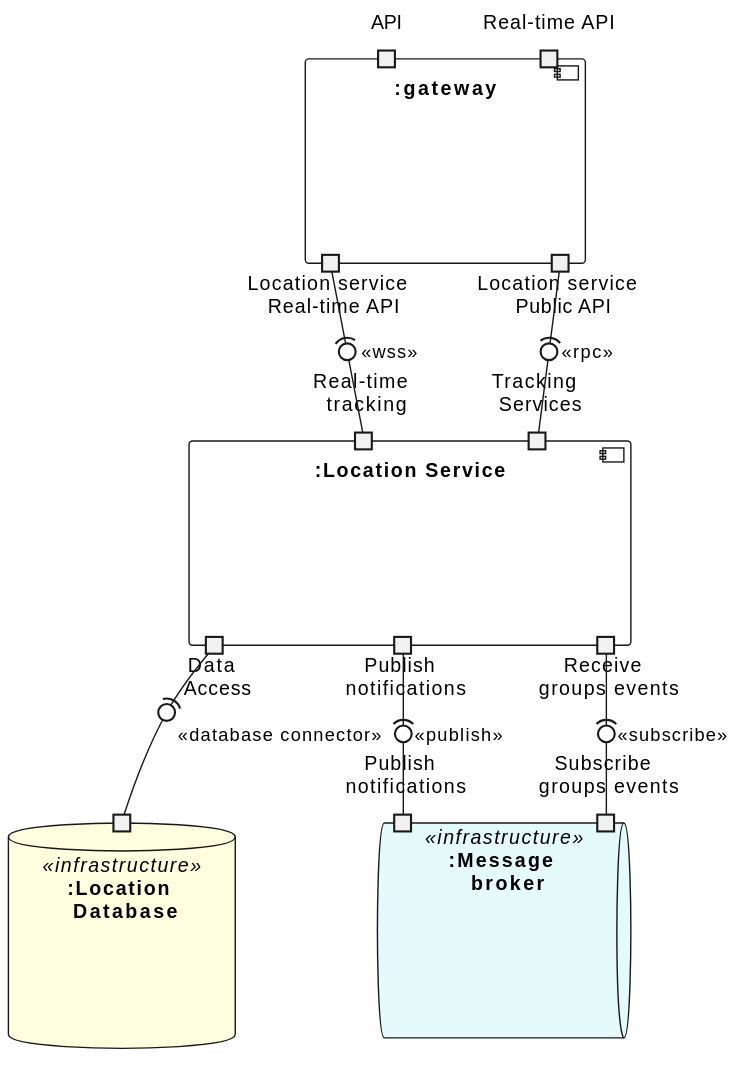
This is res/arch-cc-location-light.svg from position-pal/position-pal.github.io, a PlantUML export, as it was before one commit. Source of this version:
```plantuml
@startuml
skinparam component {
    BackgroundColor<<external>> White
    BackgroundColor<<executable>> #e3f6e3
}
skinparam DatabaseBackgroundColor LightYellow
skinparam QueueBackgroundColor #e4fafb
component ":gateway" {
    portin "API" as GATEWAY_API
    portin "Real-time API" as GATEWAY_REALTIME
    portout "Location service \n Real-time API" as GATEWAY_LOC_REALTIME
    portout "Location service \n Public API" as GATEWAY_LOC_API
}

component ":Location Service" {
    portin "Real-time \n tracking" as LOC_REALTIME
    portin "Tracking \n Services" as LOC_TRACK
    portout "Data \n Access" as LOC_DA
    portout "Publish \n notifications" as LOC_PUB
    portout "Receive \n groups events" as LOC_SUB
}
GATEWAY_LOC_REALTIME -(0- LOC_REALTIME : <<wss>>
GATEWAY_LOC_API -(0- LOC_TRACK : <<rpc>>
database ":Location \n Database" as LOC_DB <<infrastructure>> {
    portin " " as LOC_DB_DA
}
LOC_DA -(0- LOC_DB_DA : <<database connector>>

queue ":Message \n broker" <<infrastructure>> {
    portin "Publish \n notifications" as MB_PUB_NOTIF
    portin "Subscribe \n groups events" as MB_SUB_GRPS
}
LOC_PUB -(0- MB_PUB_NOTIF : <<publish>>
LOC_SUB -(0- MB_SUB_GRPS : <<subscribe>>
@enduml
```
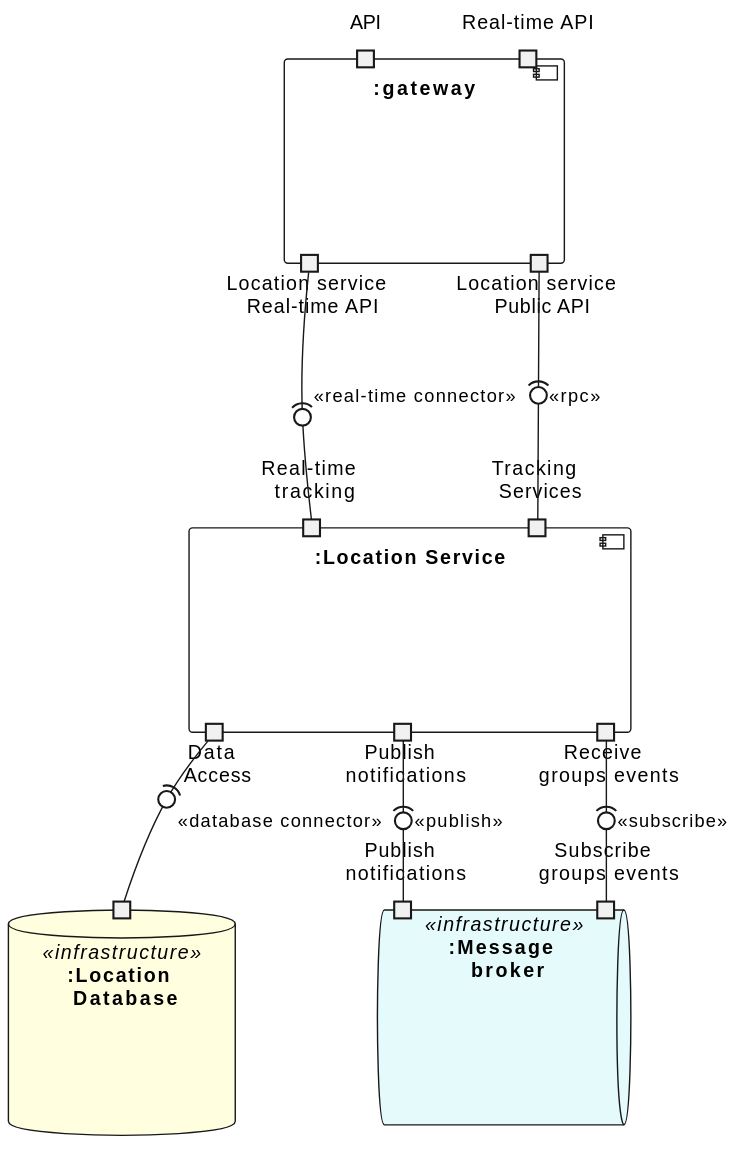
Later version of the same file.

Diff of the diagram source:
```diff
@@ -19,7 +19,7 @@
     portout "Publish \n notifications" as LOC_PUB
     portout "Receive \n groups events" as LOC_SUB
 }
-GATEWAY_LOC_REALTIME -(0- LOC_REALTIME : <<wss>>
+GATEWAY_LOC_REALTIME --(0- LOC_REALTIME : <<real-time connector>>
 GATEWAY_LOC_API -(0- LOC_TRACK : <<rpc>>
 database ":Location \n Database" as LOC_DB <<infrastructure>> {
     portin " " as LOC_DB_DA
```
